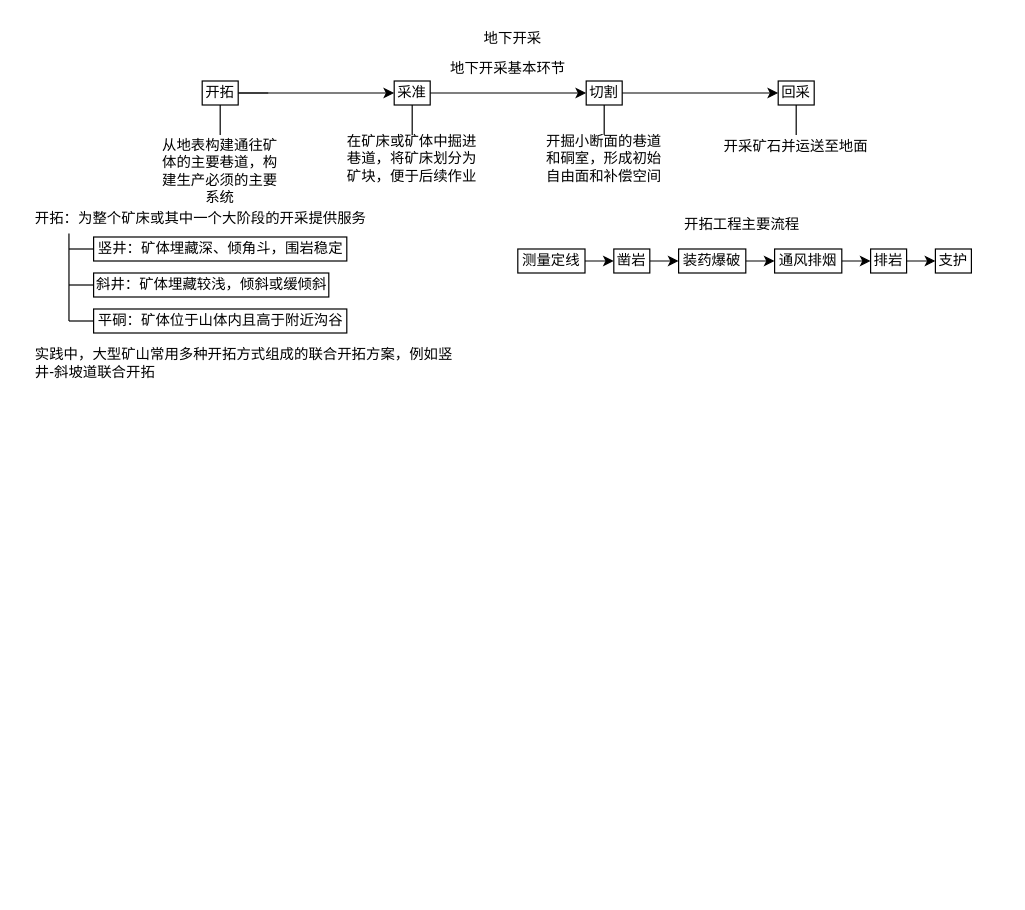
Earlier version of the draw.io diagram page "第 2 页" (2 of 2) of 未命名绘图.drawio (XS0612/daviddraw-drawio-diagrams). Source tidied: cells renumbered, new cells numbered last; positions are measured from the earlier drawing's top-left corner, leaving out a move shared by most shapes. Both pictures are drawn from the tidied source at 120%, with x=0, y=0 at pixel (20, 20).
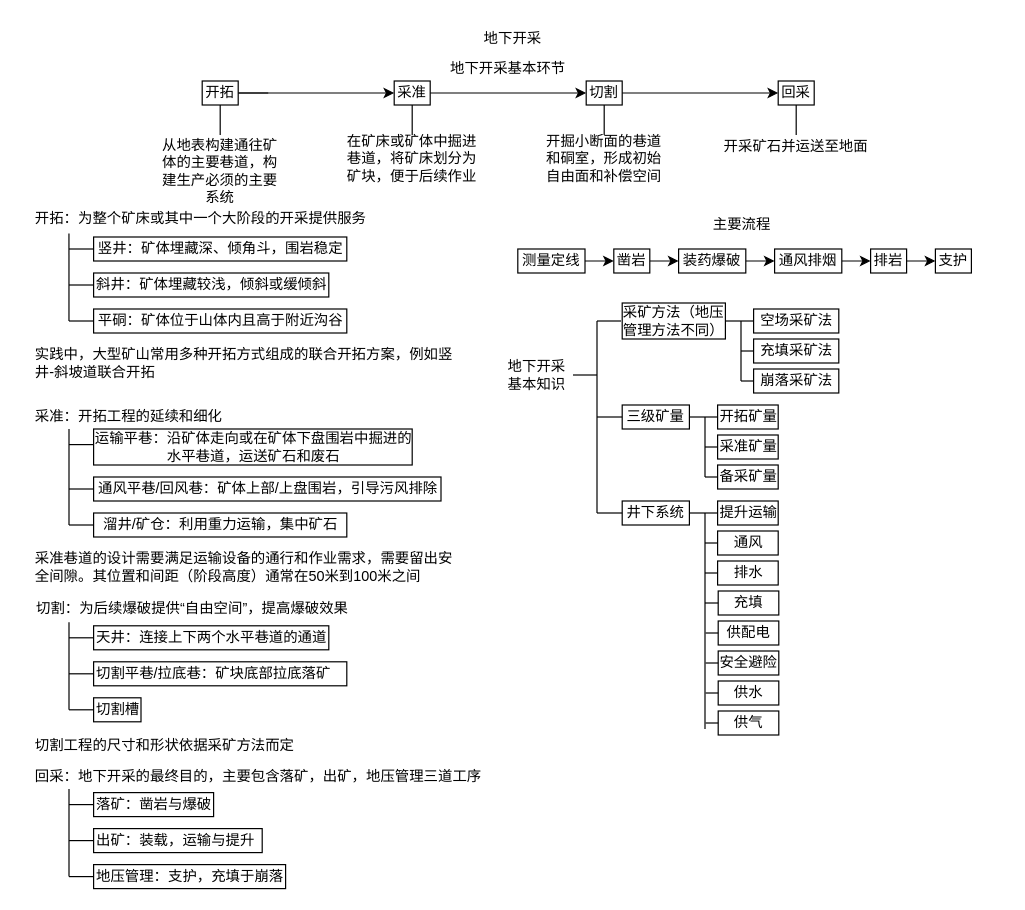
The same diagram, later.

Commit message (it also covers changes not shown here):
更新未命名绘图.drawio

The edit, as a diff of the source:
```diff
@@
-    <mxCell id="29" value="开拓工程主要流程" style="text;html=1;whiteSpace=wrap;strokeColor=none;fillColor=none;align=center;verticalAlign=middle;rounded=0;" parent="1" vertex="1">
+    <mxCell id="29" value="主要流程" style="text;html=1;whiteSpace=wrap;strokeColor=none;fillColor=none;align=center;verticalAlign=middle;rounded=0;" parent="1" vertex="1">
       <mxGeometry x="410" y="160" width="382" height="20" as="geometry" />
     </mxCell>
@@
+    <mxCell id="41" value="采准：开拓工程的延续和细化" style="text;html=1;whiteSpace=wrap;strokeColor=none;fillColor=none;align=center;verticalAlign=middle;rounded=0;" parent="1" vertex="1">
+      <mxGeometry x="10" y="320" width="160" height="20" as="geometry" />
+    </mxCell>
+    <mxCell id="42" style="endArrow=none;html=1;rounded=0;entryX=0.107;entryY=1.1;entryDx=0;entryDy=0;entryPerimeter=0;" parent="1" edge="1">
+      <mxGeometry relative="1" as="geometry">
+        <mxPoint x="40" y="420" as="sourcePoint" />
+        <mxPoint x="40" y="340" as="targetPoint" />
+      </mxGeometry>
+    </mxCell>
+    <mxCell id="43" value="运输平巷：沿矿体走向或在矿体下盘围岩中掘进的水平巷道，运送矿石和废石" style="rounded=0;whiteSpace=wrap;html=1;" parent="1" vertex="1">
+      <mxGeometry x="60.5" y="340" width="265.5" height="30" as="geometry" />
+    </mxCell>
+    <mxCell id="44" value="通风平巷/回风巷：矿体上部/上盘围岩，引导污风排除" style="whiteSpace=wrap;html=1;" parent="1" vertex="1">
+      <mxGeometry x="60.5" y="380" width="289.5" height="20" as="geometry" />
+    </mxCell>
+    <mxCell id="45" value="溜井/矿仓：利用重力运输，集中矿石" style="rounded=0;whiteSpace=wrap;html=1;" parent="1" vertex="1">
+      <mxGeometry x="60.5" y="410" width="211" height="20" as="geometry" />
+    </mxCell>
+    <mxCell id="46" style="endArrow=none;html=1;rounded=0;" parent="1" edge="1">
+      <mxGeometry relative="1" as="geometry">
+        <mxPoint x="40" y="353" as="sourcePoint" />
+        <mxPoint x="60" y="353" as="targetPoint" />
+      </mxGeometry>
+    </mxCell>
+    <mxCell id="47" style="endArrow=none;html=1;rounded=0;exitX=0;exitY=0.5;exitDx=0;exitDy=0;" parent="1" edge="1" source="44">
+      <mxGeometry relative="1" as="geometry">
+        <mxPoint x="40" y="390" as="targetPoint" />
+      </mxGeometry>
+    </mxCell>
+    <mxCell id="48" style="endArrow=none;html=1;rounded=0;entryX=0;entryY=0.5;entryDx=0;entryDy=0;" parent="1" edge="1" target="45">
+      <mxGeometry relative="1" as="geometry">
+        <mxPoint x="40" y="420" as="sourcePoint" />
+      </mxGeometry>
+    </mxCell>
+    <mxCell id="49" value="切割：为后续爆破提供“自由空间”，提高爆破效果" style="text;html=1;whiteSpace=wrap;strokeColor=none;fillColor=none;align=center;verticalAlign=middle;rounded=0;" parent="1" vertex="1">
+      <mxGeometry x="10" y="480" width="265.5" height="20" as="geometry" />
+    </mxCell>
+    <mxCell id="50" value="采准巷道的设计需要满足运输设备的通行和作业需求，需要留出安全间隙。其位置和间距（阶段高度）通常在50米到100米之间" style="text;html=1;whiteSpace=wrap;strokeColor=none;fillColor=none;align=left;verticalAlign=middle;rounded=0;" parent="1" vertex="1">
+      <mxGeometry x="10" y="440" width="350" height="30" as="geometry" />
+    </mxCell>
+    <mxCell id="51" style="endArrow=none;html=1;rounded=0;entryX=0.107;entryY=1.1;entryDx=0;entryDy=0;entryPerimeter=0;" parent="1" edge="1">
+      <mxGeometry relative="1" as="geometry">
+        <mxPoint x="40" y="574" as="sourcePoint" />
+        <mxPoint x="40" y="501" as="targetPoint" />
+      </mxGeometry>
+    </mxCell>
+    <mxCell id="52" value="天井：连接上下两个水平巷道的通道" style="rounded=0;whiteSpace=wrap;html=1;align=left;" parent="1" vertex="1">
+      <mxGeometry x="60.5" y="504" width="196" height="20" as="geometry" />
+    </mxCell>
+    <mxCell id="53" value="切割平巷/拉底巷：矿块底部拉底落矿" style="whiteSpace=wrap;html=1;align=left;" parent="1" vertex="1">
+      <mxGeometry x="60.5" y="534" width="211" height="20" as="geometry" />
+    </mxCell>
+    <mxCell id="54" value="切割槽" style="rounded=0;whiteSpace=wrap;html=1;align=left;" parent="1" vertex="1">
+      <mxGeometry x="60.5" y="564" width="39.5" height="20" as="geometry" />
+    </mxCell>
+    <mxCell id="55" style="endArrow=none;html=1;rounded=0;" parent="1" edge="1">
+      <mxGeometry relative="1" as="geometry">
+        <mxPoint x="40" y="514" as="sourcePoint" />
+        <mxPoint x="60" y="514" as="targetPoint" />
+      </mxGeometry>
+    </mxCell>
+    <mxCell id="56" style="endArrow=none;html=1;rounded=0;exitX=0;exitY=0.5;exitDx=0;exitDy=0;" parent="1" edge="1" source="53">
+      <mxGeometry relative="1" as="geometry">
+        <mxPoint x="40" y="544" as="targetPoint" />
+      </mxGeometry>
+    </mxCell>
+    <mxCell id="57" style="endArrow=none;html=1;rounded=0;entryX=0;entryY=0.5;entryDx=0;entryDy=0;" parent="1" edge="1" target="54">
+      <mxGeometry relative="1" as="geometry">
+        <mxPoint x="40" y="574" as="sourcePoint" />
+      </mxGeometry>
+    </mxCell>
+    <mxCell id="58" value="切割工程的尺寸和形状依据采矿方法而定" style="text;html=1;whiteSpace=wrap;strokeColor=none;fillColor=none;align=left;verticalAlign=middle;rounded=0;" parent="1" vertex="1">
+      <mxGeometry x="10" y="594" width="230" height="20" as="geometry" />
+    </mxCell>
+    <mxCell id="59" value="回采：地下开采的最终目的，主要包含落矿，出矿，地压管理三道工序" style="text;html=1;whiteSpace=wrap;strokeColor=none;fillColor=none;align=left;verticalAlign=middle;rounded=0;" parent="1" vertex="1">
+      <mxGeometry x="10" y="620" width="382" height="20" as="geometry" />
+    </mxCell>
+    <mxCell id="60" style="endArrow=none;html=1;rounded=0;entryX=0.107;entryY=1.1;entryDx=0;entryDy=0;entryPerimeter=0;" parent="1" edge="1">
+      <mxGeometry relative="1" as="geometry">
+        <mxPoint x="40" y="713" as="sourcePoint" />
+        <mxPoint x="40" y="640" as="targetPoint" />
+      </mxGeometry>
+    </mxCell>
+    <mxCell id="61" value="落矿：凿岩与爆破" style="rounded=0;whiteSpace=wrap;html=1;align=left;" parent="1" vertex="1">
+      <mxGeometry x="60.5" y="643" width="100" height="20" as="geometry" />
+    </mxCell>
+    <mxCell id="62" value="出矿：装载，运输与提升" style="whiteSpace=wrap;html=1;align=left;" parent="1" vertex="1">
+      <mxGeometry x="60.5" y="673" width="140.5" height="20" as="geometry" />
+    </mxCell>
+    <mxCell id="63" value="地压管理：支护，充填于崩落" style="rounded=0;whiteSpace=wrap;html=1;align=left;" parent="1" vertex="1">
+      <mxGeometry x="60.5" y="703" width="160" height="20" as="geometry" />
+    </mxCell>
+    <mxCell id="64" style="endArrow=none;html=1;rounded=0;" parent="1" edge="1">
+      <mxGeometry relative="1" as="geometry">
+        <mxPoint x="40" y="653" as="sourcePoint" />
+        <mxPoint x="60" y="653" as="targetPoint" />
+      </mxGeometry>
+    </mxCell>
+    <mxCell id="65" style="endArrow=none;html=1;rounded=0;exitX=0;exitY=0.5;exitDx=0;exitDy=0;" parent="1" edge="1" source="62">
+      <mxGeometry relative="1" as="geometry">
+        <mxPoint x="40" y="683" as="targetPoint" />
+      </mxGeometry>
+    </mxCell>
+    <mxCell id="66" style="endArrow=none;html=1;rounded=0;entryX=0;entryY=0.5;entryDx=0;entryDy=0;" parent="1" edge="1" target="63">
+      <mxGeometry relative="1" as="geometry">
+        <mxPoint x="40" y="713" as="sourcePoint" />
+      </mxGeometry>
+    </mxCell>
+    <mxCell id="67" value="地下开采基本知识" style="text;html=1;whiteSpace=wrap;strokeColor=none;fillColor=none;align=center;verticalAlign=middle;rounded=0;" parent="1" vertex="1">
+      <mxGeometry x="400" y="280" width="60" height="30" as="geometry" />
+    </mxCell>
+    <mxCell id="68" value="采矿方法（地压管理方法不同）" style="whiteSpace=wrap;html=1;" parent="1" vertex="1">
+      <mxGeometry x="501" y="235" width="86" height="30" as="geometry" />
+    </mxCell>
+    <mxCell id="69" value="空场采矿法" style="whiteSpace=wrap;html=1;" parent="1" vertex="1">
+      <mxGeometry x="610.5" y="240" width="71" height="20" as="geometry" />
+    </mxCell>
+    <mxCell id="70" value="充填采矿法" style="whiteSpace=wrap;html=1;" parent="1" vertex="1">
+      <mxGeometry x="610.5" y="265" width="71" height="20" as="geometry" />
+    </mxCell>
+    <mxCell id="71" value="崩落采矿法" style="whiteSpace=wrap;html=1;" parent="1" vertex="1">
+      <mxGeometry x="610.5" y="290" width="71" height="20" as="geometry" />
+    </mxCell>
+    <mxCell id="72" style="endArrow=none;html=1;rounded=0;entryX=1;entryY=0.5;entryDx=0;entryDy=0;" parent="1" edge="1" target="67">
+      <mxGeometry relative="1" as="geometry">
+        <mxPoint x="480" y="295" as="sourcePoint" />
+      </mxGeometry>
+    </mxCell>
+    <mxCell id="73" style="endArrow=none;html=1;rounded=0;" parent="1" edge="1">
+      <mxGeometry relative="1" as="geometry">
+        <mxPoint x="480" y="250" as="sourcePoint" />
+        <mxPoint x="480" y="410" as="targetPoint" />
+      </mxGeometry>
+    </mxCell>
+    <mxCell id="74" style="endArrow=none;html=1;rounded=0;" parent="1" edge="1">
+      <mxGeometry relative="1" as="geometry">
+        <mxPoint x="500" y="250" as="sourcePoint" />
+        <mxPoint x="480" y="250" as="targetPoint" />
+      </mxGeometry>
+    </mxCell>
+    <mxCell id="75" style="endArrow=none;html=1;rounded=0;entryX=1;entryY=0.5;entryDx=0;entryDy=0;" parent="1" edge="1" target="68">
+      <mxGeometry relative="1" as="geometry">
+        <mxPoint x="610" y="250" as="sourcePoint" />
+      </mxGeometry>
+    </mxCell>
+    <mxCell id="76" style="endArrow=none;html=1;rounded=0;" parent="1" edge="1">
+      <mxGeometry relative="1" as="geometry">
+        <mxPoint x="600" y="300" as="sourcePoint" />
+        <mxPoint x="600" y="250" as="targetPoint" />
+      </mxGeometry>
+    </mxCell>
+    <mxCell id="77" style="endArrow=none;html=1;rounded=0;exitX=0;exitY=0.5;exitDx=0;exitDy=0;" parent="1" edge="1" source="70">
+      <mxGeometry relative="1" as="geometry">
+        <mxPoint x="600" y="275" as="targetPoint" />
+      </mxGeometry>
+    </mxCell>
+    <mxCell id="78" style="endArrow=none;html=1;rounded=0;entryX=0;entryY=0.5;entryDx=0;entryDy=0;" parent="1" edge="1" target="71">
+      <mxGeometry relative="1" as="geometry">
+        <mxPoint x="600" y="300" as="sourcePoint" />
+      </mxGeometry>
+    </mxCell>
+    <mxCell id="79" value="三级矿量" style="whiteSpace=wrap;html=1;" parent="1" vertex="1">
+      <mxGeometry x="501" y="320" width="56" height="20" as="geometry" />
+    </mxCell>
+    <mxCell id="80" value="开拓矿量" style="whiteSpace=wrap;html=1;" parent="1" vertex="1">
+      <mxGeometry x="580.5" y="320" width="50.5" height="20" as="geometry" />
+    </mxCell>
+    <mxCell id="81" value="采准矿量" style="whiteSpace=wrap;html=1;" parent="1" vertex="1">
+      <mxGeometry x="580.5" y="345" width="50.5" height="20" as="geometry" />
+    </mxCell>
+    <mxCell id="82" value="备采矿量" style="whiteSpace=wrap;html=1;" parent="1" vertex="1">
+      <mxGeometry x="580.5" y="370" width="50.5" height="20" as="geometry" />
+    </mxCell>
+    <mxCell id="83" style="endArrow=none;html=1;rounded=0;entryX=1;entryY=0.5;entryDx=0;entryDy=0;" parent="1" edge="1" target="79">
+      <mxGeometry relative="1" as="geometry">
+        <mxPoint x="580" y="330" as="sourcePoint" />
+      </mxGeometry>
+    </mxCell>
+    <mxCell id="84" style="endArrow=none;html=1;rounded=0;" parent="1" edge="1">
+      <mxGeometry relative="1" as="geometry">
+        <mxPoint x="570" y="380" as="sourcePoint" />
+        <mxPoint x="570" y="330" as="targetPoint" />
+      </mxGeometry>
+    </mxCell>
+    <mxCell id="85" style="endArrow=none;html=1;rounded=0;exitX=0;exitY=0.5;exitDx=0;exitDy=0;" parent="1" edge="1" source="81">
+      <mxGeometry relative="1" as="geometry">
+        <mxPoint x="570" y="355" as="targetPoint" />
+      </mxGeometry>
+    </mxCell>
+    <mxCell id="86" style="endArrow=none;html=1;rounded=0;entryX=0;entryY=0.5;entryDx=0;entryDy=0;" parent="1" edge="1" target="82">
+      <mxGeometry relative="1" as="geometry">
+        <mxPoint x="570" y="380" as="sourcePoint" />
+      </mxGeometry>
+    </mxCell>
+    <mxCell id="87" style="endArrow=none;html=1;rounded=0;exitX=0;exitY=0.5;exitDx=0;exitDy=0;" parent="1" edge="1" source="79">
+      <mxGeometry relative="1" as="geometry">
+        <mxPoint x="480" y="330" as="targetPoint" />
+      </mxGeometry>
+    </mxCell>
+    <mxCell id="88" value="井下系统" style="whiteSpace=wrap;html=1;" parent="1" vertex="1">
+      <mxGeometry x="501" y="400" width="56" height="20" as="geometry" />
+    </mxCell>
+    <mxCell id="89" value="提升运输" style="whiteSpace=wrap;html=1;" parent="1" vertex="1">
+      <mxGeometry x="580.5" y="400" width="50.5" height="20" as="geometry" />
+    </mxCell>
+    <mxCell id="90" value="通风" style="whiteSpace=wrap;html=1;" parent="1" vertex="1">
+      <mxGeometry x="580.5" y="425" width="50.5" height="20" as="geometry" />
+    </mxCell>
+    <mxCell id="91" value="排水" style="whiteSpace=wrap;html=1;" parent="1" vertex="1">
+      <mxGeometry x="580.5" y="450" width="50.5" height="20" as="geometry" />
+    </mxCell>
+    <mxCell id="92" style="endArrow=none;html=1;rounded=0;entryX=1;entryY=0.5;entryDx=0;entryDy=0;" parent="1" edge="1">
+      <mxGeometry relative="1" as="geometry">
+        <mxPoint x="580" y="410" as="sourcePoint" />
+        <mxPoint x="557" y="410" as="targetPoint" />
+      </mxGeometry>
+    </mxCell>
+    <mxCell id="93" style="endArrow=none;html=1;rounded=0;" parent="1" edge="1">
+      <mxGeometry relative="1" as="geometry">
+        <mxPoint x="570" y="590" as="sourcePoint" />
+        <mxPoint x="570" y="410" as="targetPoint" />
+      </mxGeometry>
+    </mxCell>
+    <mxCell id="94" style="endArrow=none;html=1;rounded=0;exitX=0;exitY=0.5;exitDx=0;exitDy=0;" parent="1" edge="1" source="90">
+      <mxGeometry relative="1" as="geometry">
+        <mxPoint x="570" y="435" as="targetPoint" />
+      </mxGeometry>
+    </mxCell>
+    <mxCell id="95" style="endArrow=none;html=1;rounded=0;entryX=0;entryY=0.5;entryDx=0;entryDy=0;" parent="1" edge="1" target="91">
+      <mxGeometry relative="1" as="geometry">
+        <mxPoint x="570" y="460" as="sourcePoint" />
+      </mxGeometry>
+    </mxCell>
+    <mxCell id="96" value="充填" style="whiteSpace=wrap;html=1;" parent="1" vertex="1">
+      <mxGeometry x="581" y="475" width="50.5" height="20" as="geometry" />
+    </mxCell>
+    <mxCell id="97" value="供配电" style="whiteSpace=wrap;html=1;" parent="1" vertex="1">
+      <mxGeometry x="581" y="500" width="50.5" height="20" as="geometry" />
+    </mxCell>
+    <mxCell id="98" value="安全避险" style="whiteSpace=wrap;html=1;" parent="1" vertex="1">
+      <mxGeometry x="581" y="525" width="50.5" height="20" as="geometry" />
+    </mxCell>
+    <mxCell id="99" style="endArrow=none;html=1;rounded=0;exitX=0;exitY=0.5;exitDx=0;exitDy=0;" parent="1" edge="1" source="97">
+      <mxGeometry relative="1" as="geometry">
+        <mxPoint x="570.5" y="510" as="targetPoint" />
+      </mxGeometry>
+    </mxCell>
+    <mxCell id="100" style="endArrow=none;html=1;rounded=0;entryX=0;entryY=0.5;entryDx=0;entryDy=0;" parent="1" edge="1" target="98">
+      <mxGeometry relative="1" as="geometry">
+        <mxPoint x="570.5" y="535" as="sourcePoint" />
+      </mxGeometry>
+    </mxCell>
+    <mxCell id="101" value="供水" style="whiteSpace=wrap;html=1;" parent="1" vertex="1">
+      <mxGeometry x="581" y="550" width="50.5" height="20" as="geometry" />
+    </mxCell>
+    <mxCell id="102" value="供气" style="whiteSpace=wrap;html=1;" parent="1" vertex="1">
+      <mxGeometry x="581" y="575" width="50.5" height="20" as="geometry" />
+    </mxCell>
+    <mxCell id="103" style="endArrow=none;html=1;rounded=0;exitX=0;exitY=0.5;exitDx=0;exitDy=0;" parent="1" edge="1" source="101">
+      <mxGeometry relative="1" as="geometry">
+        <mxPoint x="570.5" y="560" as="targetPoint" />
+      </mxGeometry>
+    </mxCell>
+    <mxCell id="104" style="endArrow=none;html=1;rounded=0;entryX=0;entryY=0.5;entryDx=0;entryDy=0;" parent="1" edge="1" target="102">
+      <mxGeometry relative="1" as="geometry">
+        <mxPoint x="570.5" y="585" as="sourcePoint" />
+      </mxGeometry>
+    </mxCell>
+    <mxCell id="105" style="endArrow=none;html=1;rounded=0;exitX=0;exitY=0.5;exitDx=0;exitDy=0;" parent="1" edge="1" source="96">
+      <mxGeometry relative="1" as="geometry">
+        <mxPoint x="570" y="485" as="targetPoint" />
+      </mxGeometry>
+    </mxCell>
+    <mxCell id="106" style="endArrow=none;html=1;rounded=0;entryX=0;entryY=0.5;entryDx=0;entryDy=0;" parent="1" edge="1" target="88">
+      <mxGeometry relative="1" as="geometry">
+        <mxPoint x="480" y="410" as="sourcePoint" />
+      </mxGeometry>
+    </mxCell>
```
